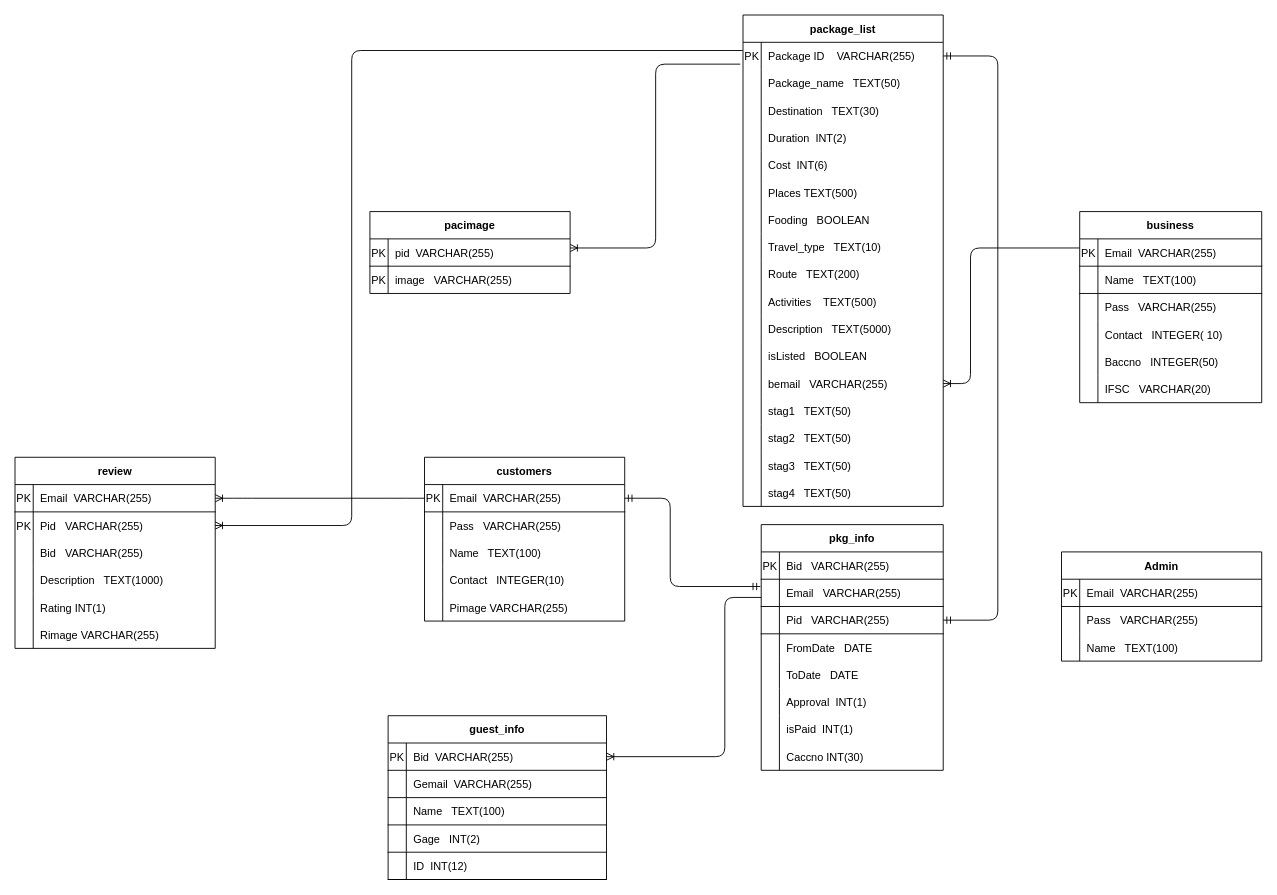
The draw.io diagram ERD_SCHEMA_WITH_PAKCAGE.drawio in PCMasterRace007/ER, before the edit. Source tidied: cells renumbered, new cells numbered last; positions are measured from the earlier drawing's top-left corner, leaving out a move shared by most shapes. Both pictures are drawn from the tidied source at 91%, with x=0, y=0 at pixel (15, 15).
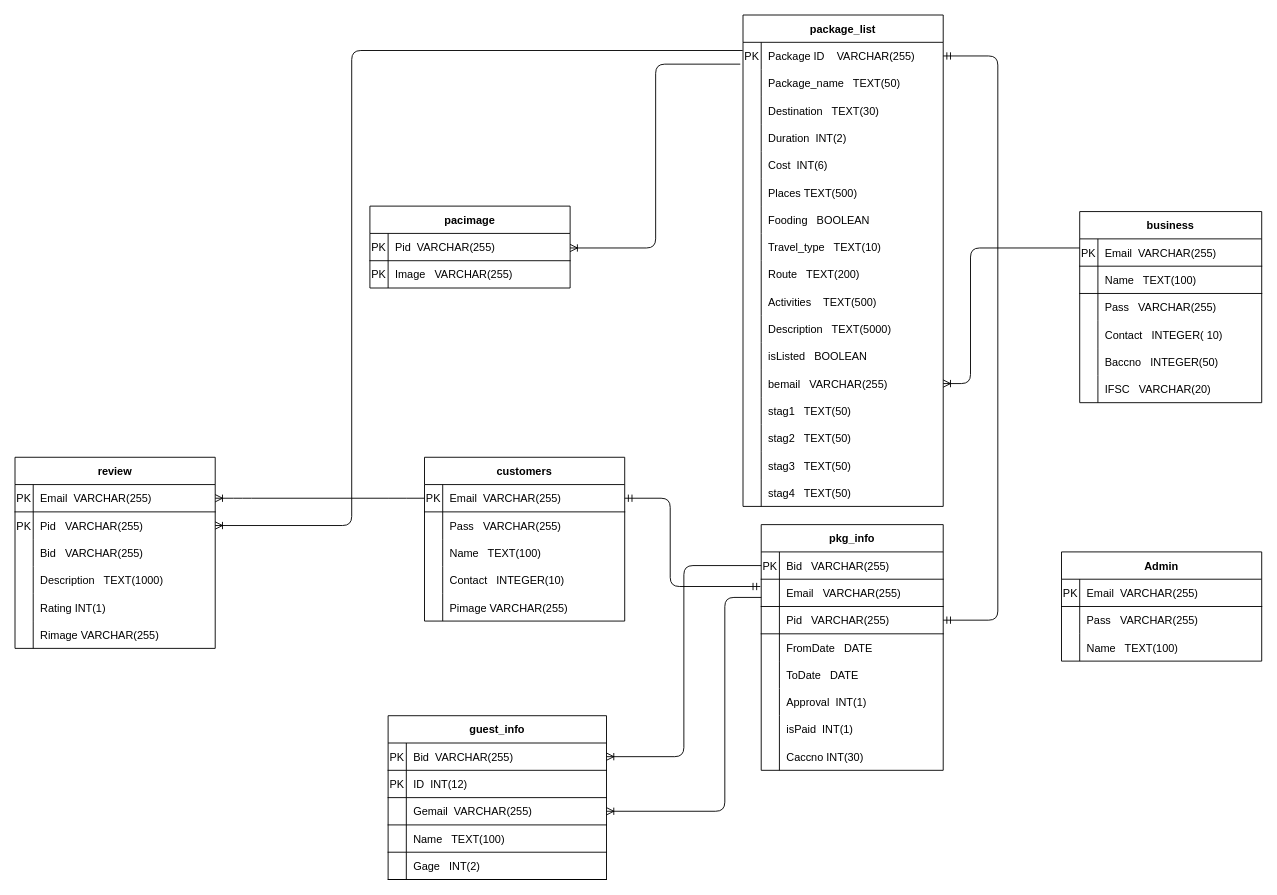
After the change.

Unchanged cells that the change refers to:
```xml
<mxCell id="89" value="guest_info" style="shape=table;startSize=30;childLayout=tableLayout;rowLines=0;fontStyle=1;align=center;" parent="1" vertex="1">
  <mxGeometry x="410" y="770" width="240" height="180" as="geometry" />
</mxCell>
<mxCell id="90" style="shape=partialRectangle;fillColor=none;top=0;left=0;bottom=1;right=0;points=[[0,0.5],[1,0.5]];portConstraint=eastwest;" parent="89" vertex="1">
  <mxGeometry y="30" width="240" height="30" as="geometry" />
</mxCell>
<mxCell id="106" style="shape=partialRectangle;fillColor=none;top=0;left=0;bottom=1;right=0;points=[[0,0.5],[1,0.5]];portConstraint=eastwest;" parent="105" vertex="1">
  <mxGeometry y="30" width="200" height="30" as="geometry" />
</mxCell>
<mxCell id="109" style="shape=partialRectangle;fillColor=none;top=0;left=0;bottom=1;right=0;points=[[0,0.5],[1,0.5]];portConstraint=eastwest;" parent="105" vertex="1">
  <mxGeometry y="60" width="200" height="30" as="geometry" />
</mxCell>
<mxCell id="156" style="shape=partialRectangle;fillColor=none;top=0;left=0;bottom=1;right=0;" parent="155" vertex="1">
  <mxGeometry y="30" width="220" height="30" as="geometry" />
</mxCell>
<mxCell id="159" style="shape=partialRectangle;fillColor=none;top=0;left=0;bottom=0;right=0;" parent="155" vertex="1">
  <mxGeometry y="60" width="220" height="30" as="geometry" />
</mxCell>
```

Diff of the diagram source:
```diff
@@
+    <mxCell id="102" style="shape=partialRectangle;fillColor=none;top=0;left=0;bottom=1;right=0;" parent="89" vertex="1">
+      <mxGeometry y="60" width="240" height="30" as="geometry" />
+    </mxCell>
+    <mxCell id="103" value="PK" style="shape=partialRectangle;fillColor=none;top=0;left=0;bottom=0;right=0;fontStyle=0;overflow=hidden;" parent="102" vertex="1">
+      <mxGeometry width="20" height="30" as="geometry" />
+    </mxCell>
+    <mxCell id="104" value="ID  INT(12)" style="shape=partialRectangle;fillColor=none;top=0;left=0;bottom=0;right=0;align=left;spacingLeft=6;fontStyle=0;overflow=hidden;" parent="102" vertex="1">
+      <mxGeometry x="20" width="220" height="30" as="geometry" />
+    </mxCell>
     <mxCell id="93" style="shape=partialRectangle;fillColor=none;top=0;left=0;bottom=1;right=0;points=[[0,0.5],[1,0.5]];portConstraint=eastwest;" parent="89" vertex="1">
-      <mxGeometry y="60" width="240" height="30" as="geometry" />
+      <mxGeometry y="90" width="240" height="30" as="geometry" />
     </mxCell>
@@
     <mxCell id="96" style="shape=partialRectangle;fillColor=none;top=0;left=0;bottom=1;right=0;" parent="89" vertex="1">
-      <mxGeometry y="90" width="240" height="30" as="geometry" />
+      <mxGeometry y="120" width="240" height="30" as="geometry" />
     </mxCell>
@@
     <mxCell id="99" style="shape=partialRectangle;fillColor=none;top=0;left=0;bottom=1;right=0;" parent="89" vertex="1">
-      <mxGeometry y="120" width="240" height="30" as="geometry" />
+      <mxGeometry y="150" width="240" height="30" as="geometry" />
     </mxCell>
@@
-    <mxCell id="102" style="shape=partialRectangle;fillColor=none;top=0;left=0;bottom=1;right=0;" parent="89" vertex="1">
-      <mxGeometry y="150" width="240" height="30" as="geometry" />
-    </mxCell>
-    <mxCell id="103" style="shape=partialRectangle;fillColor=none;top=0;left=0;bottom=0;right=0;fontStyle=0;overflow=hidden;" parent="102" vertex="1">
-      <mxGeometry width="20" height="30" as="geometry" />
-    </mxCell>
-    <mxCell id="104" value="ID  INT(12)" style="shape=partialRectangle;fillColor=none;top=0;left=0;bottom=0;right=0;align=left;spacingLeft=6;fontStyle=0;overflow=hidden;" parent="102" vertex="1">
-      <mxGeometry x="20" width="220" height="30" as="geometry" />
-    </mxCell>
@@
-    <mxCell id="132" style="edgeStyle=elbowEdgeStyle;fontSize=12;html=1;endArrow=ERoneToMany;entryX=1;entryY=0.5;entryDx=0;entryDy=0;exitX=0;exitY=0.667;exitDx=0;exitDy=0;exitPerimeter=0;" parent="1" edge="1" source="109" target="90">
+    <mxCell id="132" style="edgeStyle=elbowEdgeStyle;fontSize=12;html=1;endArrow=ERoneToMany;entryX=1;entryY=0.5;entryDx=0;entryDy=0;exitX=0;exitY=0.667;exitDx=0;exitDy=0;exitPerimeter=0;" parent="1" edge="1" source="109" target="93">
       <mxGeometry relative="1" as="geometry">
         <Array as="points">
           <mxPoint x="780" y="820" />
           <mxPoint x="850" y="866" />
           <mxPoint x="830" y="776" />
         </Array>
       </mxGeometry>
     </mxCell>
@@
     <mxCell id="155" value="pacimage" style="shape=table;startSize=30;childLayout=tableLayout;rowLines=0;fontStyle=1;align=center;" parent="1" vertex="1">
-      <mxGeometry x="390" y="216" width="220" height="90" as="geometry" />
+      <mxGeometry x="390" y="210" width="220" height="90" as="geometry" />
     </mxCell>
@@
-    <mxCell id="158" value="pid  VARCHAR(255)" style="shape=partialRectangle;fillColor=none;top=0;left=0;bottom=0;right=0;align=left;spacingLeft=6;fontStyle=0;overflow=hidden;" parent="156" vertex="1">
+    <mxCell id="158" value="Pid  VARCHAR(255)" style="shape=partialRectangle;fillColor=none;top=0;left=0;bottom=0;right=0;align=left;spacingLeft=6;fontStyle=0;overflow=hidden;" parent="156" vertex="1">
       <mxGeometry x="20" width="200" height="30" as="geometry" />
     </mxCell>
@@
-    <mxCell id="161" value="image   VARCHAR(255)" style="shape=partialRectangle;fillColor=none;top=0;left=0;bottom=0;right=0;align=left;spacingLeft=6;overflow=hidden;" parent="159" vertex="1">
+    <mxCell id="161" value="Image   VARCHAR(255)" style="shape=partialRectangle;fillColor=none;top=0;left=0;bottom=0;right=0;align=left;spacingLeft=6;overflow=hidden;" parent="159" vertex="1">
       <mxGeometry x="20" width="200" height="30" as="geometry" />
     </mxCell>
@@
+    <mxCell id="173" style="edgeStyle=elbowEdgeStyle;fontSize=12;html=1;endArrow=ERoneToMany;exitX=0;exitY=0.5;exitDx=0;exitDy=0;entryX=1;entryY=0.5;entryDx=0;entryDy=0;" parent="1" edge="1" source="106" target="90">
+      <mxGeometry relative="1" as="geometry" />
+    </mxCell>
```
